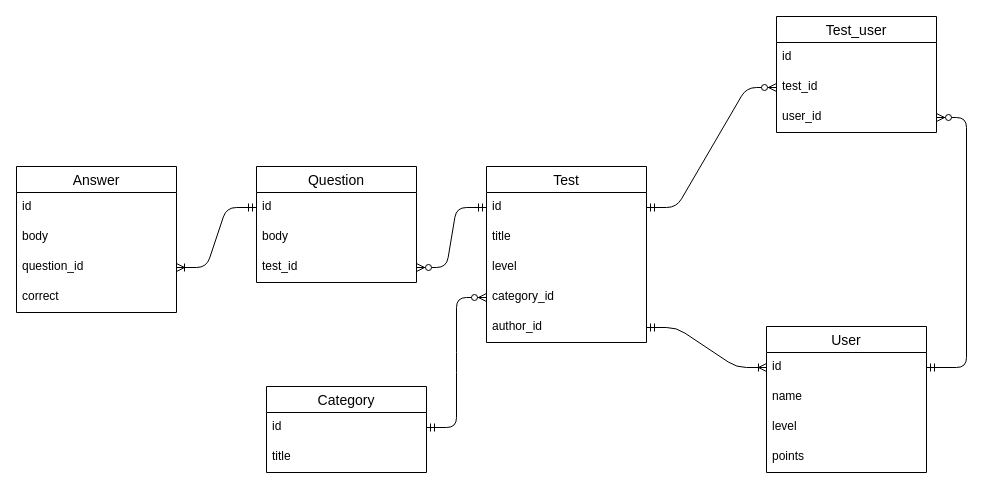
Earlier version of the draw.io diagram Диаграмма без названия.drawio (Paprikas/EvgenTestGuru). Source tidied: cells renumbered, new cells numbered last; positions are measured from the earlier drawing's top-left corner, leaving out a move shared by most shapes. Both pictures are drawn from the tidied source at 100%, with x=0, y=0 at pixel (16, 16).
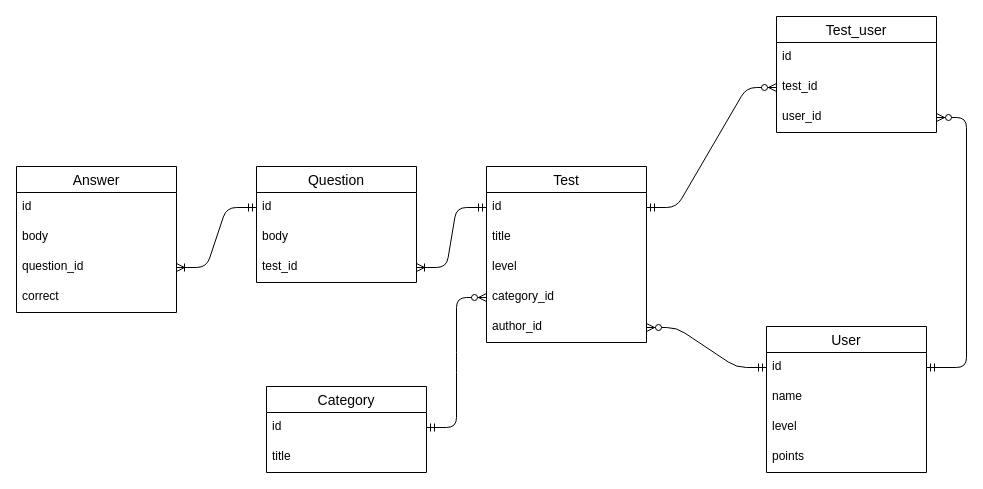
The same diagram, later.

Commit message:
Обновление Диаграмма ER.drawio

The change refers to these unchanged cells:
```xml
<mxCell id="3" value="id" style="text;strokeColor=none;fillColor=none;spacingLeft=4;spacingRight=4;overflow=hidden;points=[[0,0.5],[1,0.5]];portConstraint=eastwest;fontSize=12;" parent="2" vertex="1">
  <mxGeometry y="26" width="160" height="30" as="geometry" />
</mxCell>
<mxCell id="7" value="author_id" style="text;strokeColor=none;fillColor=none;spacingLeft=4;spacingRight=4;overflow=hidden;points=[[0,0.5],[1,0.5]];portConstraint=eastwest;fontSize=12;" parent="2" vertex="1">
  <mxGeometry y="146" width="160" height="30" as="geometry" />
</mxCell>
<mxCell id="18" value="test_id" style="text;strokeColor=none;fillColor=none;spacingLeft=4;spacingRight=4;overflow=hidden;points=[[0,0.5],[1,0.5]];portConstraint=eastwest;fontSize=12;" parent="15" vertex="1">
  <mxGeometry y="86" width="160" height="30" as="geometry" />
</mxCell>
<mxCell id="20" value="id" style="text;strokeColor=none;fillColor=none;spacingLeft=4;spacingRight=4;overflow=hidden;points=[[0,0.5],[1,0.5]];portConstraint=eastwest;fontSize=12;" parent="19" vertex="1">
  <mxGeometry y="26" width="160" height="30" as="geometry" />
</mxCell>
```

The edit, as a diff of the source:
```diff
@@
-    <mxCell id="30" style="edgeStyle=entityRelationEdgeStyle;fontSize=12;html=1;endArrow=ERzeroToMany;startArrow=ERmandOne;rounded=1;" parent="1" edge="1" source="3" target="18">
-      <mxGeometry relative="1" as="geometry" />
-    </mxCell>
@@
-    <mxCell id="34" style="edgeStyle=entityRelationEdgeStyle;fontSize=12;html=1;endArrow=ERoneToMany;startArrow=ERmandOne;rounded=1;" parent="1" edge="1" source="7" target="20">
-      <mxGeometry relative="1" as="geometry" />
-    </mxCell>
+    <mxCell id="35" style="edgeStyle=entityRelationEdgeStyle;fontSize=12;html=1;endArrow=ERzeroToMany;startArrow=ERmandOne;rounded=1;" parent="1" edge="1" source="20" target="7">
+      <mxGeometry relative="1" as="geometry" />
+    </mxCell>
+    <mxCell id="30" style="edgeStyle=entityRelationEdgeStyle;fontSize=12;html=1;endArrow=ERoneToMany;startArrow=ERmandOne;rounded=1;entryX=1;entryY=0.5;entryDx=0;entryDy=0;exitX=0;exitY=0.5;exitDx=0;exitDy=0;" parent="1" edge="1" source="3" target="18">
+      <mxGeometry relative="1" as="geometry" />
+    </mxCell>
```
